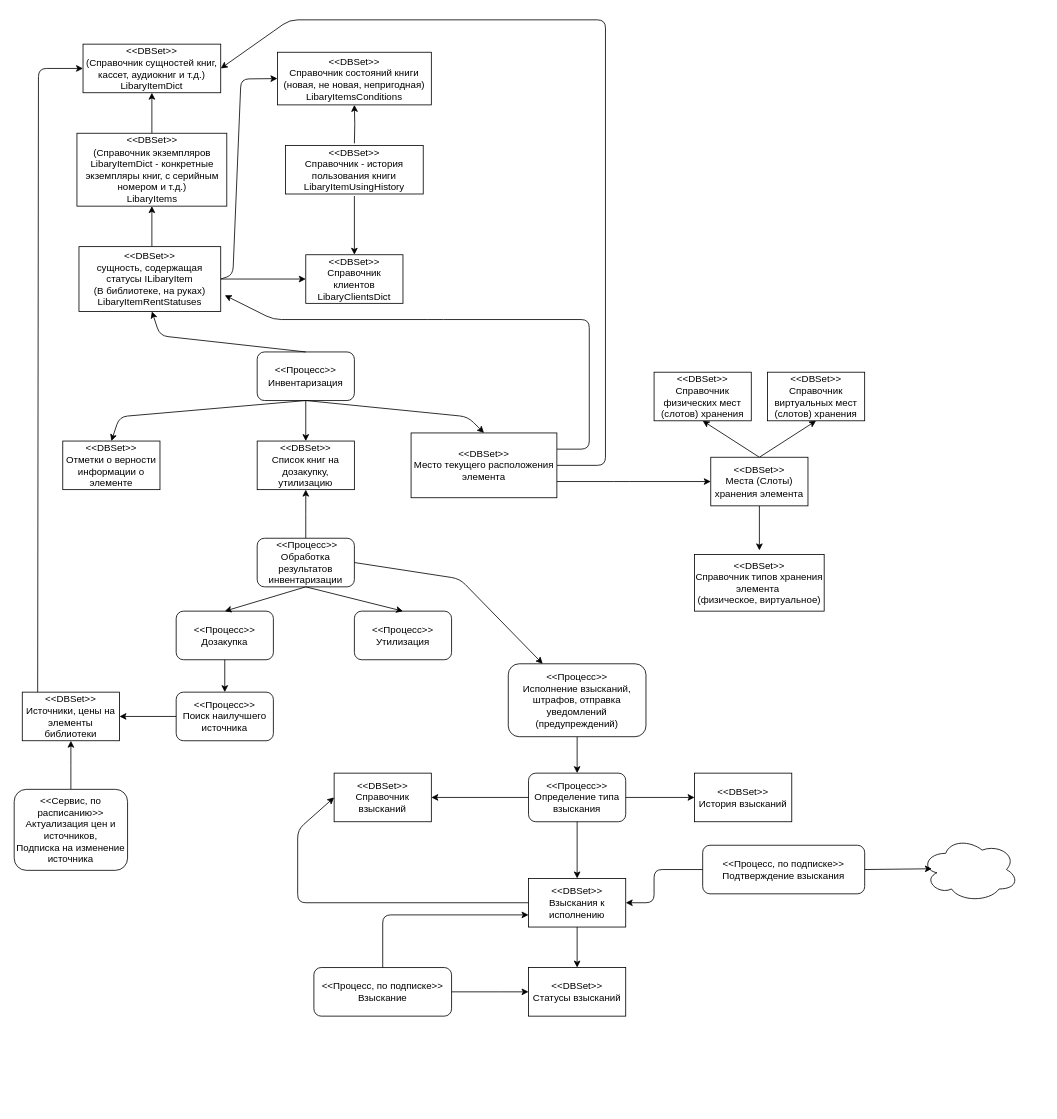
Before: diagrams/Книги.drawio in ufa3110/tests, a draw.io diagram. Source tidied: cells renumbered, new cells numbered last; positions are measured from the earlier drawing's top-left corner, leaving out a move shared by most shapes. Both pictures are drawn from the tidied source at 81%, with x=0, y=0 at pixel (14, 19).
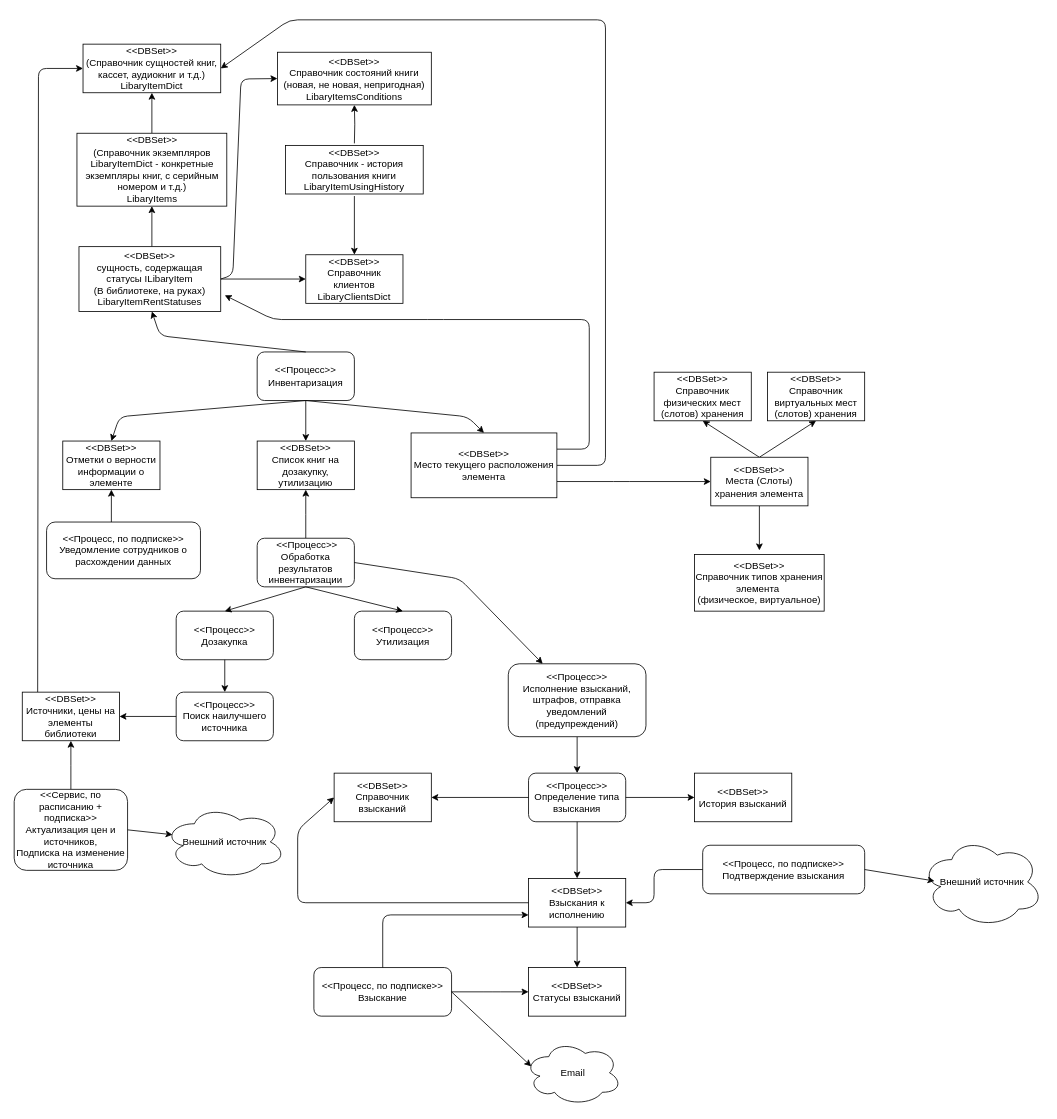
After the change.

The change refers to these unchanged cells:
```xml
<mxCell id="39" value="&lt;span&gt;&amp;lt;&amp;lt;DBSet&amp;gt;&amp;gt;&lt;/span&gt;&lt;br&gt;&lt;span&gt;Отметки о верности информации о элементе&lt;/span&gt;" style="rounded=0;whiteSpace=wrap;html=1;" parent="1" vertex="1">
  <mxGeometry x="60" y="520" width="120" height="60" as="geometry" />
</mxCell>
<mxCell id="55" value="&amp;lt;&amp;lt;Процесс, по подписке&amp;gt;&amp;gt;&lt;br&gt;Взыскание" style="rounded=1;whiteSpace=wrap;html=1;" parent="1" vertex="1">
  <mxGeometry x="370" y="1170" width="170" height="60" as="geometry" />
</mxCell>
```

What changed in the source:
```diff
@@
-    <mxCell id="30" value="&amp;lt;&amp;lt;Сервис, по расписанию&amp;gt;&amp;gt;&lt;br&gt;Актуализация цен и источников,&lt;br&gt;Подписка на изменение источника" style="rounded=1;whiteSpace=wrap;html=1;" parent="1" vertex="1">
+    <mxCell id="30" value="&amp;lt;&amp;lt;Сервис, по расписанию + подписка&amp;gt;&amp;gt;&lt;br&gt;Актуализация цен и источников,&lt;br&gt;Подписка на изменение источника" style="rounded=1;whiteSpace=wrap;html=1;" parent="1" vertex="1">
       <mxGeometry y="950" width="140" height="100" as="geometry" />
     </mxCell>
@@
-    <mxCell id="62" style="ellipse;shape=cloud;whiteSpace=wrap;html=1;" parent="1" vertex="1">
-      <mxGeometry x="1120" y="1009" width="120" height="80" as="geometry" />
+    <mxCell id="62" value="Внешний источник" style="ellipse;shape=cloud;whiteSpace=wrap;html=1;" parent="1" vertex="1">
+      <mxGeometry x="1120" y="1009" width="150" height="111" as="geometry" />
     </mxCell>
@@
+    <mxCell id="65" value="&lt;span&gt;Внешний источник&lt;/span&gt;" style="ellipse;shape=cloud;whiteSpace=wrap;html=1;" parent="1" vertex="1">
+      <mxGeometry x="185" y="970" width="150" height="90" as="geometry" />
+    </mxCell>
+    <mxCell id="66" style="endArrow=classic;html=1;exitX=1;exitY=0.5;exitDx=0;exitDy=0;entryX=0.07;entryY=0.4;entryDx=0;entryDy=0;entryPerimeter=0;" parent="1" edge="1" source="30" target="65">
+      <mxGeometry relative="1" as="geometry" />
+    </mxCell>
+    <mxCell id="67" value="Email" style="ellipse;shape=cloud;whiteSpace=wrap;html=1;" parent="1" vertex="1">
+      <mxGeometry x="630" y="1260" width="120" height="80" as="geometry" />
+    </mxCell>
+    <mxCell id="68" style="endArrow=classic;html=1;entryX=0.07;entryY=0.4;entryDx=0;entryDy=0;entryPerimeter=0;exitX=1;exitY=0.5;exitDx=0;exitDy=0;" parent="1" edge="1" source="55" target="67">
+      <mxGeometry relative="1" as="geometry" />
+    </mxCell>
+    <mxCell id="69" value="&amp;lt;&amp;lt;Процесс, по подписке&amp;gt;&amp;gt;&lt;br&gt;Уведомление сотрудников о расхождении данных" style="rounded=1;whiteSpace=wrap;html=1;" parent="1" vertex="1">
+      <mxGeometry x="40" y="620" width="190" height="70" as="geometry" />
+    </mxCell>
+    <mxCell id="70" style="endArrow=classic;html=1;entryX=0.5;entryY=1;entryDx=0;entryDy=0;exitX=0.421;exitY=0;exitDx=0;exitDy=0;exitPerimeter=0;" parent="1" edge="1" source="69" target="39">
+      <mxGeometry relative="1" as="geometry" />
+    </mxCell>
```
